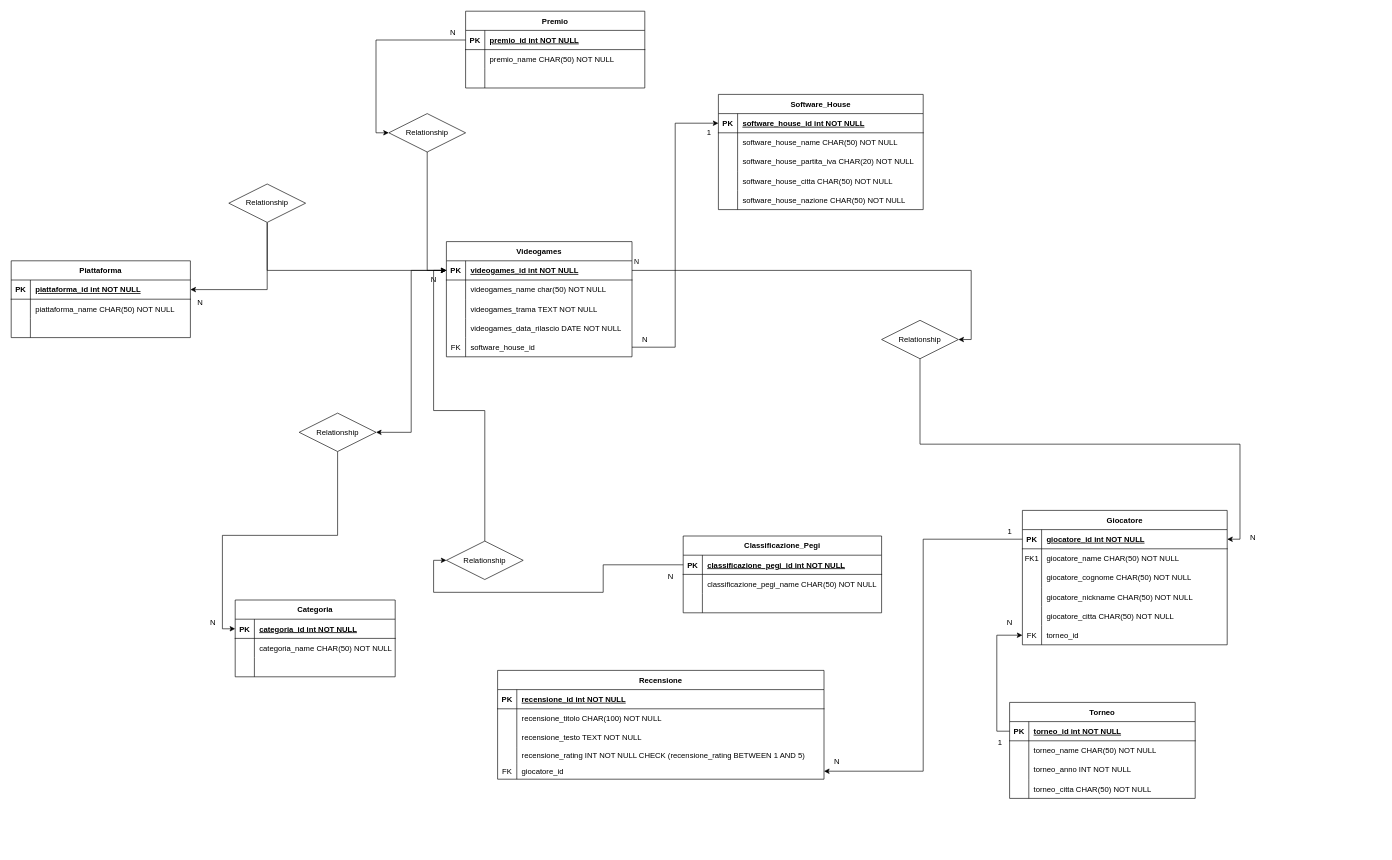
Earlier version of the draw.io diagram Modellazione Schema ER Videogames.drawio (Hycarus/db-videogames). Source tidied: cells renumbered, new cells numbered last; positions are measured from the earlier drawing's top-left corner, leaving out a move shared by most shapes. Both pictures are drawn from the tidied source at 64%, with x=0, y=0 at pixel (11, 11).
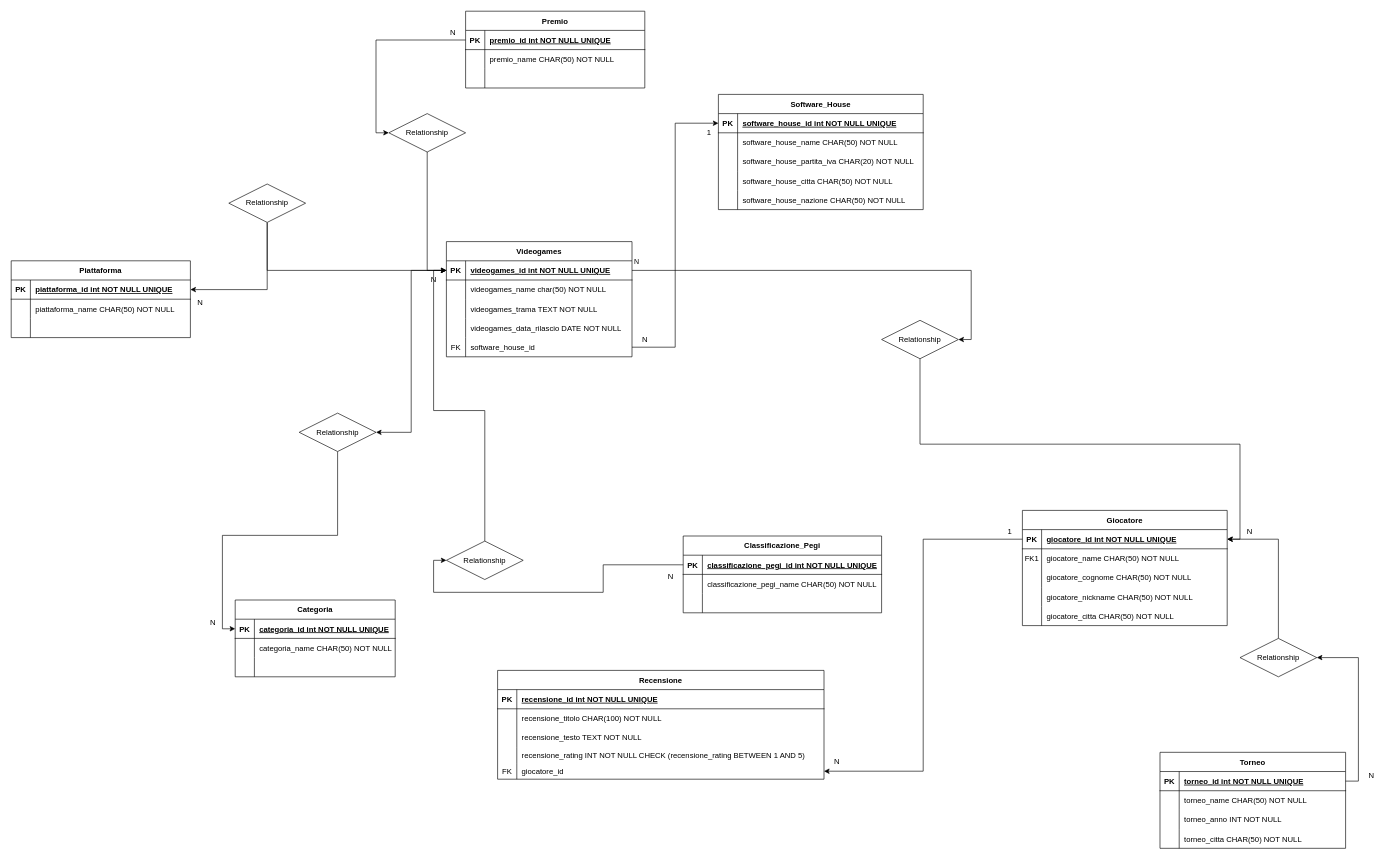
The same page after the edit.

The change refers to these unchanged cells:
```xml
<mxCell id="3" style="shape=partialRectangle;fillColor=none;points=[[0,0.5],[1,0.5]];portConstraint=eastwest;top=0;left=0;right=0;bottom=1;" parent="2" vertex="1">
  <mxGeometry y="30" width="320" height="30" as="geometry" />
</mxCell>
<mxCell id="19" style="shape=partialRectangle;fillColor=none;points=[[0,0.5],[1,0.5]];portConstraint=eastwest;top=0;left=0;right=0;bottom=1;" parent="18" vertex="1">
  <mxGeometry y="30" width="280" height="30" as="geometry" />
</mxCell>
<mxCell id="29" style="shape=partialRectangle;fillColor=none;points=[[0,0.5],[1,0.5]];portConstraint=eastwest;top=0;left=0;right=0;bottom=1;" parent="28" vertex="1">
  <mxGeometry y="30" width="290" height="30" as="geometry" />
</mxCell>
<mxCell id="45" style="shape=partialRectangle;fillColor=none;points=[[0,0.5],[1,0.5]];portConstraint=eastwest;top=0;left=0;right=0;bottom=1;" parent="44" vertex="1">
  <mxGeometry y="30" width="250" height="30" as="geometry" />
</mxCell>
<mxCell id="55" style="shape=partialRectangle;fillColor=none;points=[[0,0.5],[1,0.5]];portConstraint=eastwest;top=0;left=0;right=0;bottom=1;" parent="54" vertex="1">
  <mxGeometry y="30" width="310" height="30" as="geometry" />
</mxCell>
<mxCell id="65" style="shape=partialRectangle;fillColor=none;points=[[0,0.5],[1,0.5]];portConstraint=eastwest;top=0;left=0;right=0;bottom=1;" parent="64" vertex="1">
  <mxGeometry y="30" width="290" height="30" as="geometry" />
</mxCell>
<mxCell id="78" style="shape=partialRectangle;fillColor=none;points=[[0,0.5],[1,0.5]];portConstraint=eastwest;top=0;left=0;right=0;bottom=1;" parent="77" vertex="1">
  <mxGeometry y="30" width="320" height="30" as="geometry" />
</mxCell>
<mxCell id="97" style="shape=partialRectangle;fillColor=none;top=0;left=0;right=0;bottom=1;" parent="96" vertex="1">
  <mxGeometry y="30" width="510" height="30" as="geometry" />
</mxCell>
<mxCell id="113" style="shape=partialRectangle;fillColor=none;points=[[0,0.5],[1,0.5]];portConstraint=eastwest;top=0;left=0;right=0;bottom=1;" parent="112" vertex="1">
  <mxGeometry y="30" width="280" height="30" as="geometry" />
</mxCell>
```

What changed in the source:
```diff
@@
-    <mxCell id="5" value="software_house_id int NOT NULL " style="shape=partialRectangle;overflow=hidden;fillColor=none;top=0;left=0;bottom=0;right=0;align=left;spacingLeft=6;fontStyle=5;" parent="3" vertex="1">
+    <mxCell id="5" value="software_house_id int NOT NULL UNIQUE" style="shape=partialRectangle;overflow=hidden;fillColor=none;top=0;left=0;bottom=0;right=0;align=left;spacingLeft=6;fontStyle=5;" parent="3" vertex="1">
       <mxGeometry x="30" width="290" height="30" as="geometry" />
     </mxCell>
@@
-    <mxCell id="21" value="piattaforma_id int NOT NULL " style="shape=partialRectangle;overflow=hidden;fillColor=none;top=0;left=0;bottom=0;right=0;align=left;spacingLeft=6;fontStyle=5;" parent="19" vertex="1">
+    <mxCell id="21" value="piattaforma_id int NOT NULL UNIQUE" style="shape=partialRectangle;overflow=hidden;fillColor=none;top=0;left=0;bottom=0;right=0;align=left;spacingLeft=6;fontStyle=5;" parent="19" vertex="1">
       <mxGeometry x="30" width="250" height="30" as="geometry" />
     </mxCell>
@@
-    <mxCell id="31" value="videogames_id int NOT NULL " style="shape=partialRectangle;overflow=hidden;fillColor=none;top=0;left=0;bottom=0;right=0;align=left;spacingLeft=6;fontStyle=5;" parent="29" vertex="1">
+    <mxCell id="31" value="videogames_id int NOT NULL UNIQUE" style="shape=partialRectangle;overflow=hidden;fillColor=none;top=0;left=0;bottom=0;right=0;align=left;spacingLeft=6;fontStyle=5;" parent="29" vertex="1">
       <mxGeometry x="30" width="260" height="30" as="geometry" />
     </mxCell>
@@
-    <mxCell id="47" value="categoria_id int NOT NULL " style="shape=partialRectangle;overflow=hidden;fillColor=none;top=0;left=0;bottom=0;right=0;align=left;spacingLeft=6;fontStyle=5;" parent="45" vertex="1">
+    <mxCell id="47" value="categoria_id int NOT NULL UNIQUE" style="shape=partialRectangle;overflow=hidden;fillColor=none;top=0;left=0;bottom=0;right=0;align=left;spacingLeft=6;fontStyle=5;" parent="45" vertex="1">
       <mxGeometry x="30" width="220" height="30" as="geometry" />
     </mxCell>
@@
-    <mxCell id="57" value="classificazione_pegi_id int NOT NULL " style="shape=partialRectangle;overflow=hidden;fillColor=none;top=0;left=0;bottom=0;right=0;align=left;spacingLeft=6;fontStyle=5;" parent="55" vertex="1">
+    <mxCell id="57" value="classificazione_pegi_id int NOT NULL UNIQUE" style="shape=partialRectangle;overflow=hidden;fillColor=none;top=0;left=0;bottom=0;right=0;align=left;spacingLeft=6;fontStyle=5;" parent="55" vertex="1">
       <mxGeometry x="30" width="280" height="30" as="geometry" />
     </mxCell>
@@
     <mxCell id="64" value="Torneo" style="shape=table;startSize=30;childLayout=tableLayout;rowLines=0;fontStyle=1;align=center;" parent="1" vertex="1">
-      <mxGeometry x="1560" y="1080" width="290" height="150" as="geometry" />
+      <mxGeometry x="1795" y="1158" width="290" height="150" as="geometry" />
     </mxCell>
@@
-    <mxCell id="67" value="torneo_id int NOT NULL " style="shape=partialRectangle;overflow=hidden;fillColor=none;top=0;left=0;bottom=0;right=0;align=left;spacingLeft=6;fontStyle=5;" parent="65" vertex="1">
+    <mxCell id="67" value="torneo_id int NOT NULL UNIQUE" style="shape=partialRectangle;overflow=hidden;fillColor=none;top=0;left=0;bottom=0;right=0;align=left;spacingLeft=6;fontStyle=5;" parent="65" vertex="1">
       <mxGeometry x="30" width="260" height="30" as="geometry" />
     </mxCell>
@@
     <mxCell id="77" value="Giocatore" style="shape=table;startSize=30;childLayout=tableLayout;rowLines=0;fontStyle=1;align=center;" parent="1" vertex="1">
-      <mxGeometry x="1580" y="780" width="320" height="210" as="geometry" />
+      <mxGeometry x="1580" y="780" width="320" height="180" as="geometry" />
     </mxCell>
@@
-    <mxCell id="80" value="giocatore_id int NOT NULL " style="shape=partialRectangle;overflow=hidden;fillColor=none;top=0;left=0;bottom=0;right=0;align=left;spacingLeft=6;fontStyle=5;" parent="78" vertex="1">
+    <mxCell id="80" value="giocatore_id int NOT NULL UNIQUE" style="shape=partialRectangle;overflow=hidden;fillColor=none;top=0;left=0;bottom=0;right=0;align=left;spacingLeft=6;fontStyle=5;" parent="78" vertex="1">
       <mxGeometry x="30" width="290" height="30" as="geometry" />
     </mxCell>
@@
-    <mxCell id="93" style="shape=partialRectangle;fillColor=none;points=[[0,0.5],[1,0.5]];portConstraint=eastwest;top=0;left=0;right=0;bottom=0;" parent="77" vertex="1">
-      <mxGeometry y="180" width="320" height="30" as="geometry" />
-    </mxCell>
-    <mxCell id="94" value="FK" style="shape=partialRectangle;overflow=hidden;fillColor=none;top=0;left=0;bottom=0;right=0;" parent="93" vertex="1">
-      <mxGeometry width="30" height="30" as="geometry" />
-    </mxCell>
-    <mxCell id="95" value="torneo_id" style="shape=partialRectangle;overflow=hidden;fillColor=none;top=0;left=0;bottom=0;right=0;align=left;spacingLeft=6;" parent="93" vertex="1">
-      <mxGeometry x="30" width="290" height="30" as="geometry" />
-    </mxCell>
@@
-    <mxCell id="99" value="recensione_id int NOT NULL " style="shape=partialRectangle;overflow=hidden;fillColor=none;top=0;left=0;bottom=0;right=0;align=left;spacingLeft=6;fontStyle=5;" parent="97" vertex="1">
+    <mxCell id="99" value="recensione_id int NOT NULL UNIQUE" style="shape=partialRectangle;overflow=hidden;fillColor=none;top=0;left=0;bottom=0;right=0;align=left;spacingLeft=6;fontStyle=5;" parent="97" vertex="1">
       <mxGeometry x="30" width="480" height="30" as="geometry" />
     </mxCell>
@@
-    <mxCell id="115" value="premio_id int NOT NULL " style="shape=partialRectangle;overflow=hidden;fillColor=none;top=0;left=0;bottom=0;right=0;align=left;spacingLeft=6;fontStyle=5;" parent="113" vertex="1">
+    <mxCell id="115" value="premio_id int NOT NULL UNIQUE" style="shape=partialRectangle;overflow=hidden;fillColor=none;top=0;left=0;bottom=0;right=0;align=left;spacingLeft=6;fontStyle=5;" parent="113" vertex="1">
       <mxGeometry x="30" width="250" height="30" as="geometry" />
     </mxCell>
@@
-    <mxCell id="138" style="edgeStyle=orthogonalEdgeStyle;rounded=0;jettySize=auto;html=1;exitX=0;exitY=0.5;exitDx=0;exitDy=0;entryX=0;entryY=0.5;entryDx=0;entryDy=0;" parent="1" edge="1" source="65" target="93">
-      <mxGeometry relative="1" as="geometry" />
-    </mxCell>
-    <mxCell id="139" value="1" style="text;html=1;align=center;verticalAlign=middle;strokeColor=none;fillColor=none;" parent="1" vertex="1">
-      <mxGeometry x="1530" y="1128" width="30" height="30" as="geometry" />
-    </mxCell>
-    <mxCell id="140" value="N" style="text;html=1;align=center;verticalAlign=middle;strokeColor=none;fillColor=none;" parent="1" vertex="1">
-      <mxGeometry x="1545" y="940" width="30" height="30" as="geometry" />
-    </mxCell>
@@
     <mxCell id="145" value="N" style="text;html=1;align=center;verticalAlign=middle;strokeColor=none;fillColor=none;" parent="1" vertex="1">
-      <mxGeometry x="1925" y="808" width="30" height="30" as="geometry" />
+      <mxGeometry x="1920" y="798" width="30" height="30" as="geometry" />
     </mxCell>
@@
+    <mxCell id="153" style="edgeStyle=orthogonalEdgeStyle;rounded=0;jettySize=auto;html=1;entryX=1;entryY=0.5;entryDx=0;entryDy=0;" parent="1" edge="1" source="155" target="78">
+      <mxGeometry relative="1" as="geometry" />
+    </mxCell>
+    <mxCell id="140" value="N" style="text;html=1;align=center;verticalAlign=middle;strokeColor=none;fillColor=none;" parent="1" vertex="1">
+      <mxGeometry x="2110" y="1180" width="30" height="30" as="geometry" />
+    </mxCell>
+    <mxCell id="154" style="edgeStyle=orthogonalEdgeStyle;rounded=0;jettySize=auto;html=1;entryX=1;entryY=0.5;entryDx=0;entryDy=0;" parent="1" edge="1" source="65" target="155">
+      <mxGeometry relative="1" as="geometry" />
+    </mxCell>
+    <mxCell id="155" value="Relationship" style="shape=rhombus;perimeter=rhombusPerimeter;whiteSpace=wrap;html=1;align=center;" parent="1" vertex="1">
+      <mxGeometry x="1920" y="980" width="120" height="60" as="geometry" />
+    </mxCell>
```
